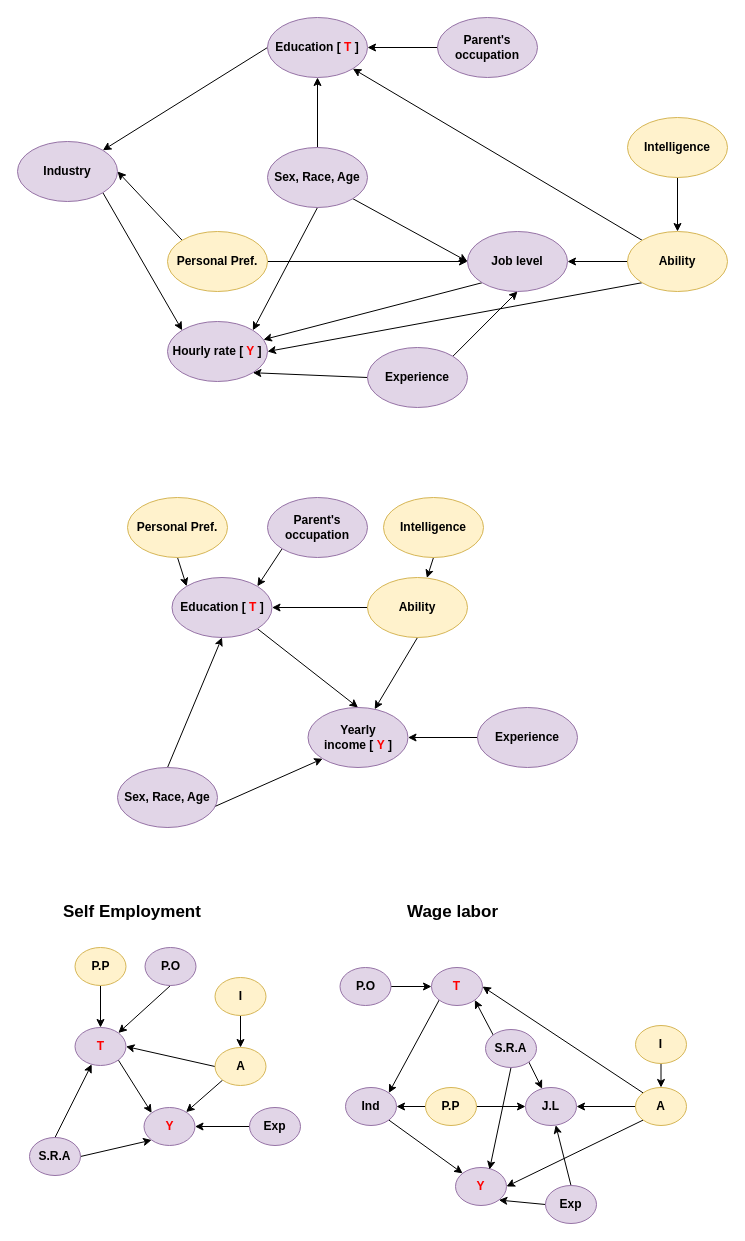
Above: drawio/causal_inf.drawio in yevgm/causal-inf-project-2023 (draw.io), before the change. Source tidied: cells renumbered, new cells numbered last; positions are measured from the earlier drawing's top-left corner, leaving out a move shared by most shapes. Both pictures are drawn from the tidied source at 100%, with x=0, y=0 at pixel (17, 17).
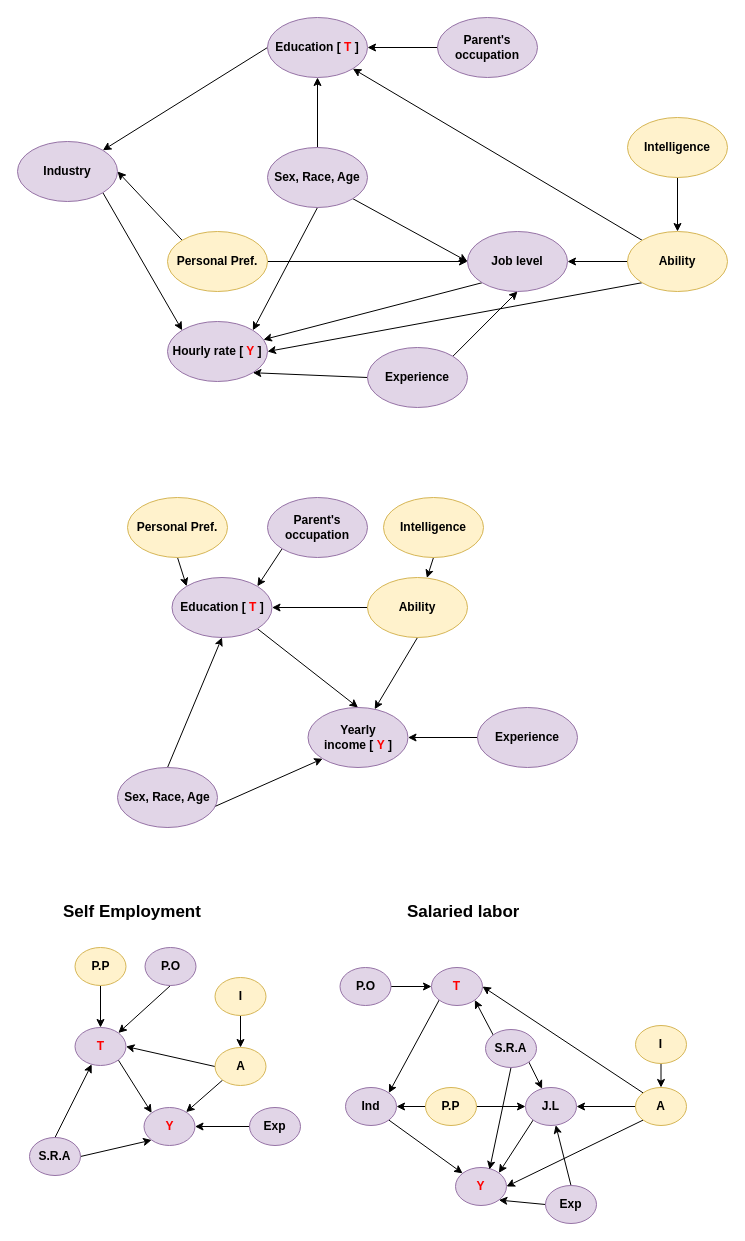
Above is the later version.

Unchanged cells that the change refers to:
```xml
<mxCell id="34" value="&lt;b&gt;J.L&lt;/b&gt;" style="ellipse;whiteSpace=wrap;html=1;fillColor=#e1d5e7;strokeColor=#9673a6;" parent="1" vertex="1">
  <mxGeometry x="508" y="1070" width="51" height="38" as="geometry" />
</mxCell>
<mxCell id="64" value="&lt;b&gt;&lt;font color=&quot;#ff0000&quot;&gt;Y&lt;/font&gt;&lt;/b&gt;" style="ellipse;whiteSpace=wrap;html=1;fillColor=#e1d5e7;strokeColor=#9673a6;" parent="1" vertex="1">
  <mxGeometry x="438" y="1150" width="51" height="38" as="geometry" />
</mxCell>
```

Change to the diagram source:
```diff
@@
+    <mxCell id="87" style="rounded=0;jettySize=auto;html=1;exitX=0;exitY=1;exitDx=0;exitDy=0;entryX=1;entryY=0;entryDx=0;entryDy=0;" parent="1" edge="1" source="34" target="64">
+      <mxGeometry relative="1" as="geometry" />
+    </mxCell>
@@
-    <mxCell id="86" value="&lt;b&gt;&lt;font style=&quot;font-size: 17px;&quot;&gt;Wage labor&lt;/font&gt;&lt;/b&gt;" style="text;strokeColor=none;fillColor=none;align=left;verticalAlign=middle;spacingLeft=4;spacingRight=4;overflow=hidden;whiteSpace=wrap;html=1;" parent="1" vertex="1">
+    <mxCell id="86" value="&lt;b&gt;&lt;font style=&quot;font-size: 17px;&quot;&gt;Salaried labor&lt;/font&gt;&lt;/b&gt;" style="text;strokeColor=none;fillColor=none;align=left;verticalAlign=middle;spacingLeft=4;spacingRight=4;overflow=hidden;whiteSpace=wrap;html=1;" parent="1" vertex="1">
       <mxGeometry x="383.5" y="880" width="160" height="30" as="geometry" />
     </mxCell>
```
